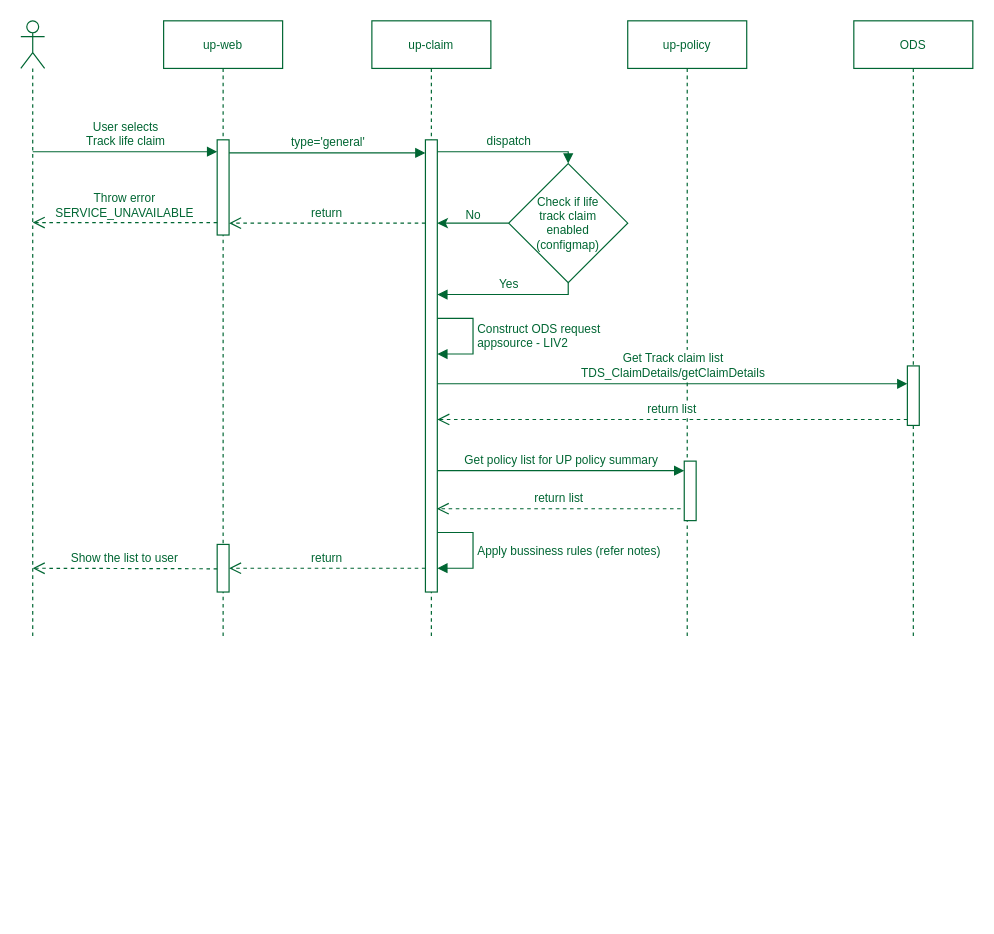
This is page "General" (2 of 3) of Track-claim.drawio from ajeeshraj56/drawio, a draw.io file, before an edit. Source tidied: cells renumbered, new cells numbered last; positions are measured from the earlier drawing's top-left corner, leaving out a move shared by most shapes. Both pictures are drawn from the tidied source at 119%, with x=0, y=0 at pixel (20, 20).
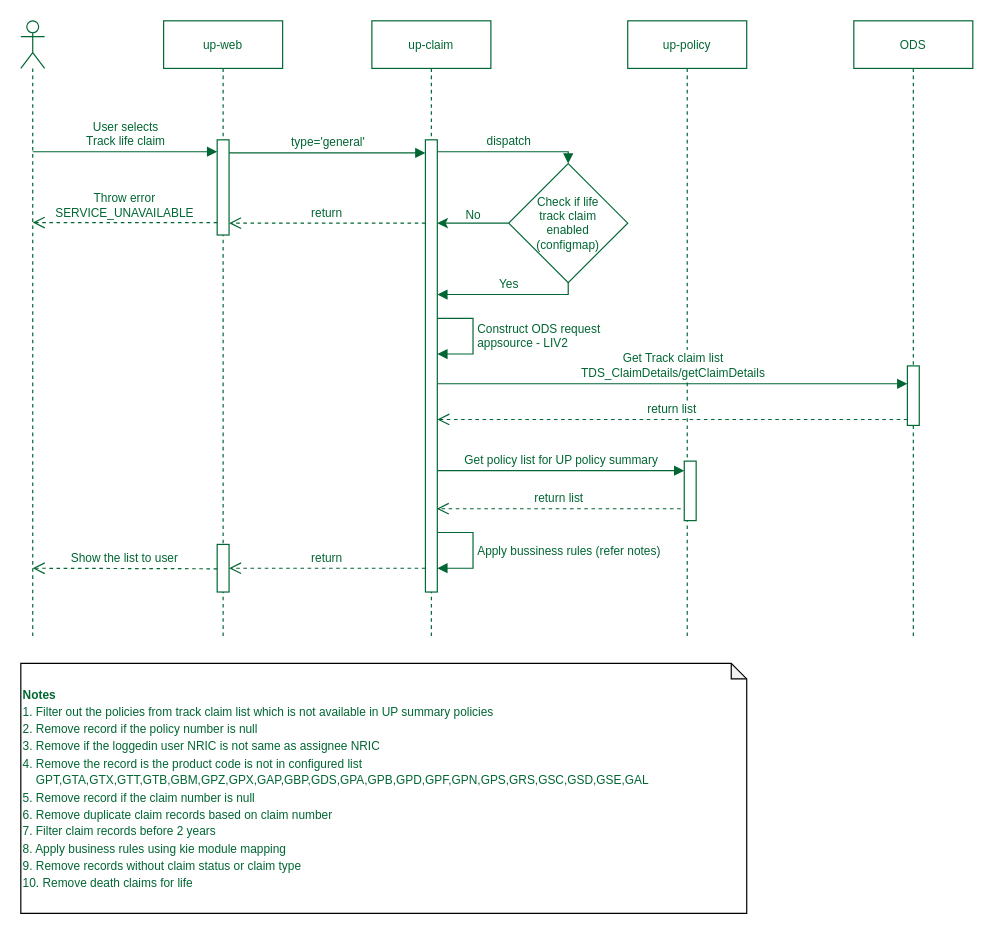
Above is the later version.

Diff of the diagram source:
```diff
@@
+    <mxCell id="29" value="&lt;font color=&quot;#006633&quot; style=&quot;font-size: 10px;&quot;&gt;&lt;b style=&quot;&quot;&gt;Notes&lt;/b&gt;&lt;br&gt;&lt;font style=&quot;font-size: 10px;&quot;&gt;1. Filter out the policies from track claim list whi&lt;span style=&quot;background-color: rgb(255, 255, 255);&quot;&gt;ch is not available in UP summary policies&lt;/span&gt;&lt;br style=&quot;border-color: var(--border-color); background-color: rgb(255, 255, 255);&quot;&gt;&lt;span style=&quot;background-color: rgb(255, 255, 255);&quot;&gt;2. Remove record if the policy number is null&lt;/span&gt;&lt;/font&gt;&lt;br&gt;3. Remove if the loggedin user NRIC is not same as assignee NRIC&lt;br&gt;&lt;span style=&quot;&quot;&gt;4. Remove the record is the product code is not in configured list&lt;/span&gt;&lt;br&gt;&lt;span style=&quot;&quot;&gt;&amp;nbsp; &amp;nbsp; GPT,GTA,GTX,GTT,GTB,GBM,GPZ,GPX,GAP,GBP,GDS,GPA,GPB,GPD,GPF,GPN,GPS,GRS,GSC,GSD,GSE,GAL&lt;/span&gt;&lt;br&gt;&lt;span style=&quot;&quot;&gt;5.&amp;nbsp;Remove record if the claim number is null&lt;/span&gt;&lt;font style=&quot;font-size: 10px; border-color: var(--border-color);&quot;&gt;&lt;br style=&quot;border-color: var(--border-color);&quot;&gt;&lt;/font&gt;&lt;span style=&quot;border-color: var(--border-color);&quot;&gt;6.&amp;nbsp;&lt;/span&gt;&lt;span style=&quot;&quot;&gt;Remove duplicate claim records based on claim number&lt;/span&gt;&lt;br&gt;&lt;span style=&quot;&quot;&gt;7. Filter claim records before 2 years&lt;/span&gt;&lt;br&gt;&lt;span style=&quot;&quot;&gt;8. Apply business rules using kie module mapping&lt;/span&gt;&lt;br&gt;&lt;span style=&quot;&quot;&gt;9. Remove records without claim status or claim type&lt;/span&gt;&lt;br&gt;&lt;span style=&quot;&quot;&gt;10. Remove death claims for life&amp;nbsp;&lt;/span&gt;&lt;/font&gt;" style="shape=note;whiteSpace=wrap;html=1;backgroundOutline=1;darkOpacity=0.05;size=13;align=left;" parent="1" vertex="1">
+      <mxGeometry y="540" width="610" height="210" as="geometry" />
+    </mxCell>
```
